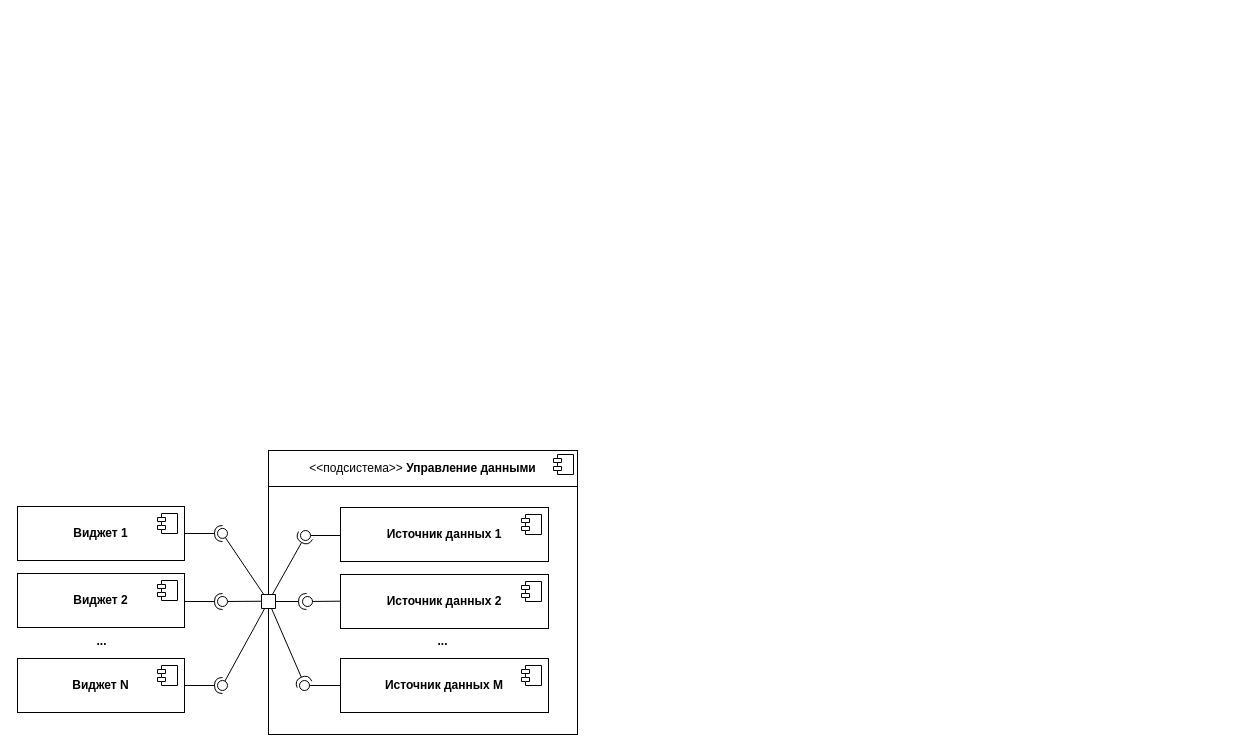
This is page "Страница — 2" (2 of 2) of dynagraph.drawio from HardenedHunter/dynagraph, a draw.io file, before an edit. Source tidied: cells renumbered, new cells numbered last; positions are measured from the earlier drawing's top-left corner, leaving out a move shared by most shapes. Both pictures are drawn from the tidied source at 100%, with x=0, y=0 at pixel (17, 450).
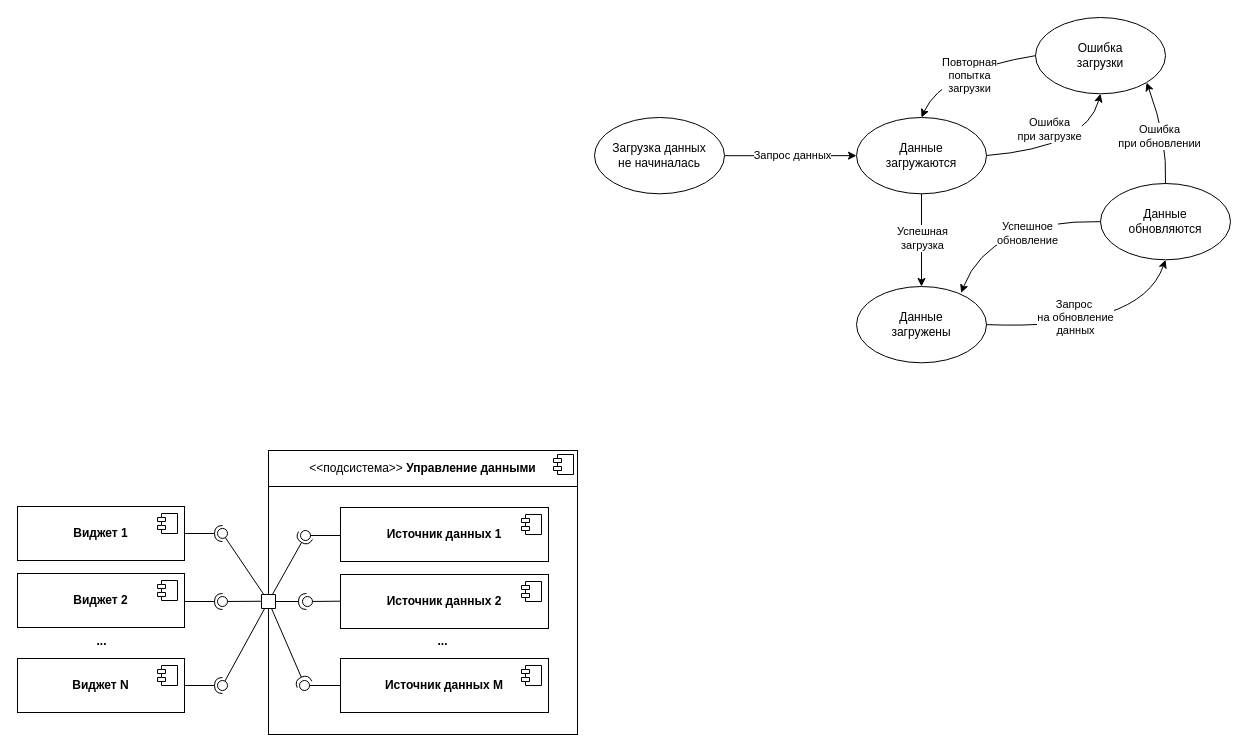
The same page after the edit.

Diff of the diagram source:
```diff
@@
+    <mxCell id="31" style="edgeStyle=orthogonalEdgeStyle;rounded=0;jettySize=auto;html=1;entryX=0;entryY=0.5;entryDx=0;entryDy=0;" parent="1" edge="1" source="33" target="36">
+      <mxGeometry relative="1" as="geometry" />
+    </mxCell>
+    <mxCell id="32" value="Запрос данных" style="edgeLabel;html=1;align=center;verticalAlign=middle;" parent="31" vertex="1">
+      <mxGeometry y="-2" relative="1" as="geometry">
+        <mxPoint x="1" y="-3" as="offset" />
+      </mxGeometry>
+    </mxCell>
+    <mxCell id="33" value="Загрузка данных&lt;br&gt;не начиналась" style="ellipse;whiteSpace=wrap;html=1;" parent="1" vertex="1">
+      <mxGeometry x="577" y="-333" width="130" height="76.3" as="geometry" />
+    </mxCell>
+    <mxCell id="34" style="edgeStyle=orthogonalEdgeStyle;rounded=0;jettySize=auto;html=1;exitX=0.5;exitY=1;exitDx=0;exitDy=0;entryX=0.5;entryY=0;entryDx=0;entryDy=0;" parent="1" edge="1" source="36" target="37">
+      <mxGeometry relative="1" as="geometry" />
+    </mxCell>
+    <mxCell id="35" value="Успешная&lt;br&gt;загрузка" style="edgeLabel;html=1;align=center;verticalAlign=middle;" parent="34" vertex="1">
+      <mxGeometry x="0.14" relative="1" as="geometry">
+        <mxPoint y="-9" as="offset" />
+      </mxGeometry>
+    </mxCell>
+    <mxCell id="36" value="Данные &lt;br&gt;загружаются" style="ellipse;whiteSpace=wrap;html=1;" parent="1" vertex="1">
+      <mxGeometry x="839" y="-333" width="130" height="76.3" as="geometry" />
+    </mxCell>
+    <mxCell id="37" value="Данные&lt;br&gt;загружены" style="ellipse;whiteSpace=wrap;html=1;" parent="1" vertex="1">
+      <mxGeometry x="839" y="-164" width="130" height="76.3" as="geometry" />
+    </mxCell>
+    <mxCell id="38" value="Ошибка&lt;br&gt;загрузки" style="ellipse;whiteSpace=wrap;html=1;" parent="1" vertex="1">
+      <mxGeometry x="1018" y="-433" width="130" height="76.3" as="geometry" />
+    </mxCell>
+    <mxCell id="39" value="Данные&lt;br&gt;обновляются" style="ellipse;whiteSpace=wrap;html=1;" parent="1" vertex="1">
+      <mxGeometry x="1083" y="-267" width="130" height="76.3" as="geometry" />
+    </mxCell>
+    <mxCell id="40" style="curved=1;endArrow=classic;html=1;rounded=0;entryX=0.5;entryY=1;entryDx=0;entryDy=0;" parent="1" edge="1" target="38">
+      <mxGeometry relative="1" as="geometry">
+        <mxPoint x="969" y="-295" as="sourcePoint" />
+        <Array as="points">
+          <mxPoint x="1069" y="-303" />
+        </Array>
+      </mxGeometry>
+    </mxCell>
+    <mxCell id="41" value="Ошибка &lt;br&gt;при загрузке" style="edgeLabel;html=1;align=center;verticalAlign=middle;" parent="40" vertex="1">
+      <mxGeometry x="-0.11" y="9" relative="1" as="geometry">
+        <mxPoint x="-6" y="-12" as="offset" />
+      </mxGeometry>
+    </mxCell>
+    <mxCell id="42" style="curved=1;endArrow=classic;html=1;rounded=0;exitX=0;exitY=0.5;exitDx=0;exitDy=0;entryX=0.5;entryY=0;entryDx=0;entryDy=0;" parent="1" edge="1" source="38" target="36">
+      <mxGeometry relative="1" as="geometry">
+        <Array as="points">
+          <mxPoint x="925" y="-380" />
+        </Array>
+      </mxGeometry>
+    </mxCell>
+    <mxCell id="43" value="Повторная&lt;br&gt;попытка&lt;br&gt;загрузки" style="edgeLabel;html=1;align=center;verticalAlign=middle;" parent="42" vertex="1">
+      <mxGeometry x="-0.05" y="9" relative="1" as="geometry" />
+    </mxCell>
+    <mxCell id="44" style="curved=1;endArrow=classic;html=1;rounded=0;entryX=0.5;entryY=1;entryDx=0;entryDy=0;exitX=1;exitY=0.5;exitDx=0;exitDy=0;" parent="1" edge="1" source="37" target="39">
+      <mxGeometry relative="1" as="geometry">
+        <Array as="points">
+          <mxPoint x="1123" y="-120" />
+        </Array>
+      </mxGeometry>
+    </mxCell>
+    <mxCell id="45" value="Запрос&amp;nbsp;&lt;div&gt;на обновление&lt;br&gt;данных&lt;/div&gt;" style="edgeLabel;html=1;align=center;verticalAlign=middle;" parent="44" vertex="1">
+      <mxGeometry x="-0.11" y="9" relative="1" as="geometry">
+        <mxPoint x="-14" y="-3" as="offset" />
+      </mxGeometry>
+    </mxCell>
+    <mxCell id="46" style="curved=1;endArrow=classic;html=1;rounded=0;exitX=0;exitY=0.5;exitDx=0;exitDy=0;entryX=0.805;entryY=0.084;entryDx=0;entryDy=0;entryPerimeter=0;" parent="1" edge="1" source="39" target="37">
+      <mxGeometry relative="1" as="geometry">
+        <Array as="points">
+          <mxPoint x="972" y="-231" />
+        </Array>
+      </mxGeometry>
+    </mxCell>
+    <mxCell id="47" value="Успешное&lt;br&gt;обновление" style="edgeLabel;html=1;align=center;verticalAlign=middle;" parent="46" vertex="1">
+      <mxGeometry x="-0.05" y="9" relative="1" as="geometry">
+        <mxPoint x="17" y="4" as="offset" />
+      </mxGeometry>
+    </mxCell>
+    <mxCell id="48" style="curved=1;endArrow=classic;html=1;rounded=0;entryX=1;entryY=1;entryDx=0;entryDy=0;exitX=0.5;exitY=0;exitDx=0;exitDy=0;" parent="1" edge="1" source="39" target="38">
+      <mxGeometry relative="1" as="geometry">
+        <Array as="points">
+          <mxPoint x="1150" y="-312" />
+        </Array>
+      </mxGeometry>
+    </mxCell>
+    <mxCell id="49" value="Ошибка &lt;br&gt;при обновлении" style="edgeLabel;html=1;align=center;verticalAlign=middle;" parent="48" vertex="1">
+      <mxGeometry x="-0.11" y="9" relative="1" as="geometry">
+        <mxPoint x="1" y="-4" as="offset" />
+      </mxGeometry>
+    </mxCell>
```
